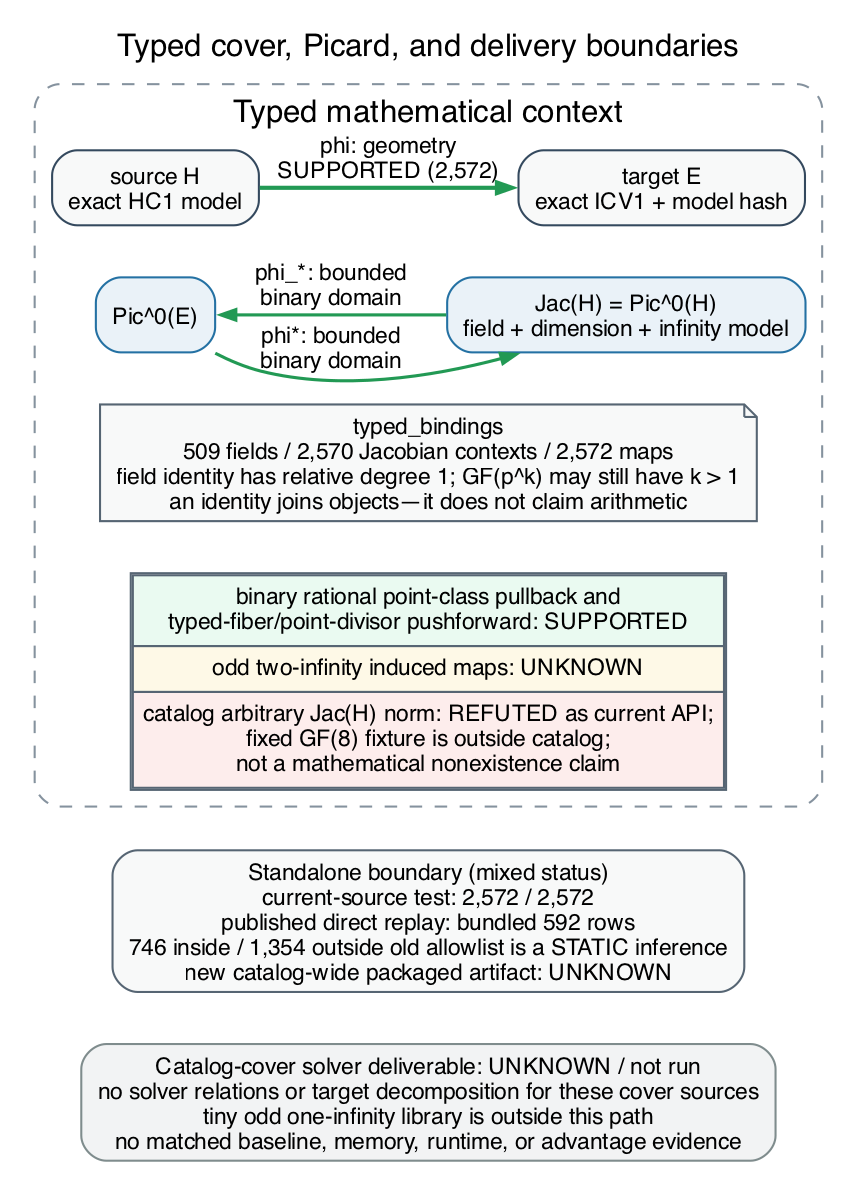
Before: research/cover_transfer_assessment_20261013/typed_transfer_context.png, a diagram exported from Graphviz (isogeny-labs/crypto). Its source is kept beside it as research/cover_transfer_assessment_20261013/typed_transfer_context.dot. Source of this version:
```dot
digraph typed_transfer_context {
  graph [
    rankdir=TB,
    bgcolor="white",
    pad="0.12",
    nodesep="0.25",
    ranksep="0.34",
    fontname="Helvetica",
    fontsize=15,
    newrank=true,
    labelloc="t",
    label="Typed cover, Picard, and delivery boundaries"
  ];
  node [shape=box, style="rounded,filled", fillcolor="white", color="#34495e", fontname="Helvetica", fontsize=11];
  edge [fontname="Helvetica", fontsize=11, color="#34495e", arrowsize=0.72];

  subgraph cluster_context {
    label="Typed mathematical context";
    color="#85929e";
    style="rounded,dashed";

    source_h [label="source H\nexact HC1 model", fillcolor="#f8f9f9"];
    target_e [label="target E\nexact ICV1 + model hash", fillcolor="#f8f9f9"];
    pic_e [label="Pic^0(E)", fillcolor="#eaf2f8", color="#2471a3"];
    jac_h [label="Jac(H) = Pic^0(H)\nfield + dimension + infinity model", fillcolor="#eaf2f8", color="#2471a3"];

    binding_note [
      label="typed_bindings\n509 fields / 2,570 Jacobian contexts / 2,572 maps\nfield identity has relative degree 1; GF(p^k) may still have k > 1\nan identity joins objects—it does not claim arithmetic",
      shape=note,
      fillcolor="#f8f9f9",
      color="#566573"
    ];
    transfer_limits [
      shape=plain,
      label=<
        <TABLE BORDER="1" CELLBORDER="1" CELLSPACING="0" CELLPADDING="4" COLOR="#566573">
          <TR><TD BGCOLOR="#eafaf1">binary rational point-class pullback and<BR/>typed-fiber/point-divisor pushforward: SUPPORTED</TD></TR>
          <TR><TD BGCOLOR="#fef9e7">odd two-infinity induced maps: UNKNOWN</TD></TR>
          <TR><TD BGCOLOR="#fdedec">catalog arbitrary Jac(H) norm: REFUTED as current API;<BR/>fixed GF(8) fixture is outside catalog;<BR/>not a mathematical nonexistence claim</TD></TR>
        </TABLE>
      >
    ];

    { rank=same; source_h; target_e; }
    { rank=same; pic_e; jac_h; }
    source_h -> target_e [label="phi: geometry\nSUPPORTED (2,572)", color="#229954", penwidth=2];
    pic_e -> jac_h [label="phi*: bounded\nbinary domain", color="#229954", penwidth=1.5];
    jac_h -> pic_e [label="phi_*: bounded\nbinary domain", color="#229954", penwidth=1.5, constraint=false];
    source_h -> pic_e [style="invis", weight=50];
    target_e -> jac_h [style="invis", weight=50];
    pic_e -> binding_note [style="invis", weight=40];
    jac_h -> binding_note [style="invis", weight=40];
    binding_note -> transfer_limits [style="invis", weight=40];
  }

  package [
    label="Standalone boundary (mixed status)\ncurrent-source test: 2,572 / 2,572\npublished direct replay: bundled 592 rows\n746 inside / 1,354 outside old allowlist is a STATIC inference\nnew catalog-wide packaged artifact: UNKNOWN",
    fillcolor="#f8f9f9",
    color="#566573"
  ];
  solver [
    label="Catalog-cover solver deliverable: UNKNOWN / not run\nno solver relations or target decomposition for these cover sources\ntiny odd one-infinity library is outside this path\nno matched baseline, memory, runtime, or advantage evidence",
    fillcolor="#f2f3f4",
    color="#7f8c8d"
  ];

  transfer_limits -> package [style="invis", weight=80];
  package -> solver [style="invis", weight=80];
}
```
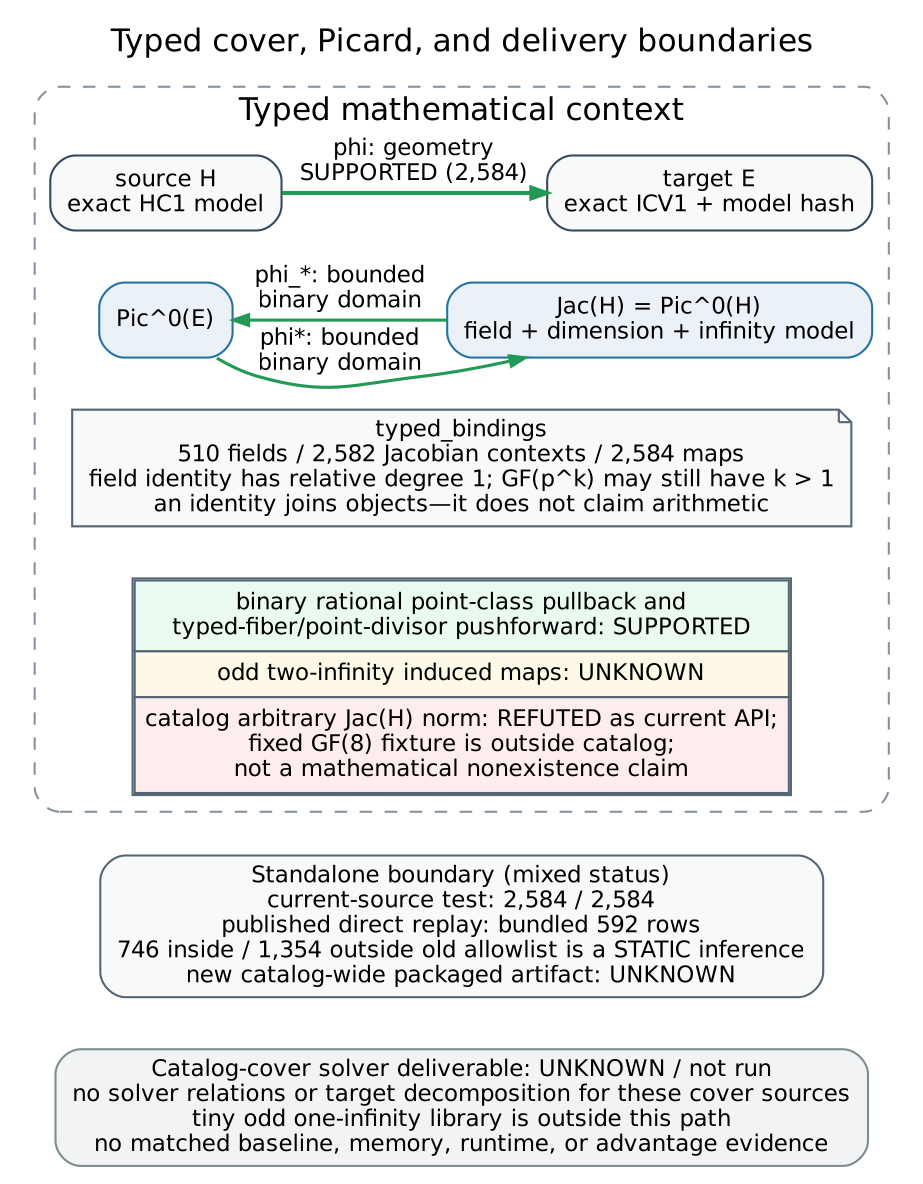
Later version of the same file.

Commit message:
Refresh the cover-transfer assessment for the 2,584-curve catalog

The edit, as a diff of the source:
```diff
@@ -25,7 +25,7 @@
     jac_h [label="Jac(H) = Pic^0(H)\nfield + dimension + infinity model", fillcolor="#eaf2f8", color="#2471a3"];
 
     binding_note [
-      label="typed_bindings\n509 fields / 2,570 Jacobian contexts / 2,572 maps\nfield identity has relative degree 1; GF(p^k) may still have k > 1\nan identity joins objects—it does not claim arithmetic",
+      label="typed_bindings\n510 fields / 2,582 Jacobian contexts / 2,584 maps\nfield identity has relative degree 1; GF(p^k) may still have k > 1\nan identity joins objects—it does not claim arithmetic",
       shape=note,
       fillcolor="#f8f9f9",
       color="#566573"
@@ -43,7 +43,7 @@
 
     { rank=same; source_h; target_e; }
     { rank=same; pic_e; jac_h; }
-    source_h -> target_e [label="phi: geometry\nSUPPORTED (2,572)", color="#229954", penwidth=2];
+    source_h -> target_e [label="phi: geometry\nSUPPORTED (2,584)", color="#229954", penwidth=2];
     pic_e -> jac_h [label="phi*: bounded\nbinary domain", color="#229954", penwidth=1.5];
     jac_h -> pic_e [label="phi_*: bounded\nbinary domain", color="#229954", penwidth=1.5, constraint=false];
     source_h -> pic_e [style="invis", weight=50];
@@ -54,7 +54,7 @@
   }
 
   package [
-    label="Standalone boundary (mixed status)\ncurrent-source test: 2,572 / 2,572\npublished direct replay: bundled 592 rows\n746 inside / 1,354 outside old allowlist is a STATIC inference\nnew catalog-wide packaged artifact: UNKNOWN",
+    label="Standalone boundary (mixed status)\ncurrent-source test: 2,584 / 2,584\npublished direct replay: bundled 592 rows\n746 inside / 1,354 outside old allowlist is a STATIC inference\nnew catalog-wide packaged artifact: UNKNOWN",
     fillcolor="#f8f9f9",
     color="#566573"
   ];
```
